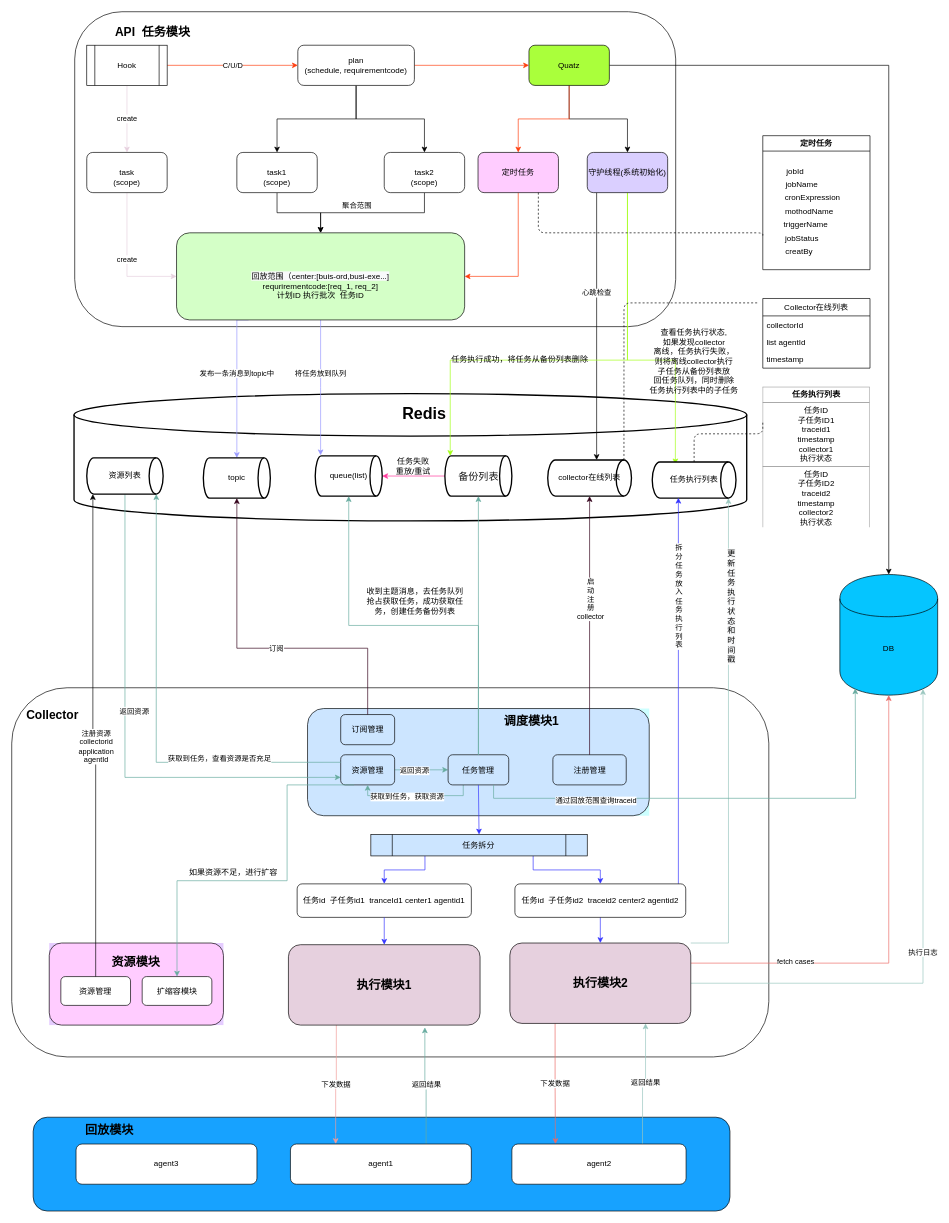
Above: 调度管理.drawio in mayi295940/diagrams (draw.io), before the change. Source tidied: cells renumbered, new cells numbered last; positions are measured from the earlier drawing's top-left corner, leaving out a move shared by most shapes. Both pictures are drawn from the tidied source at 67%, with x=0, y=0 at pixel (11, 11).
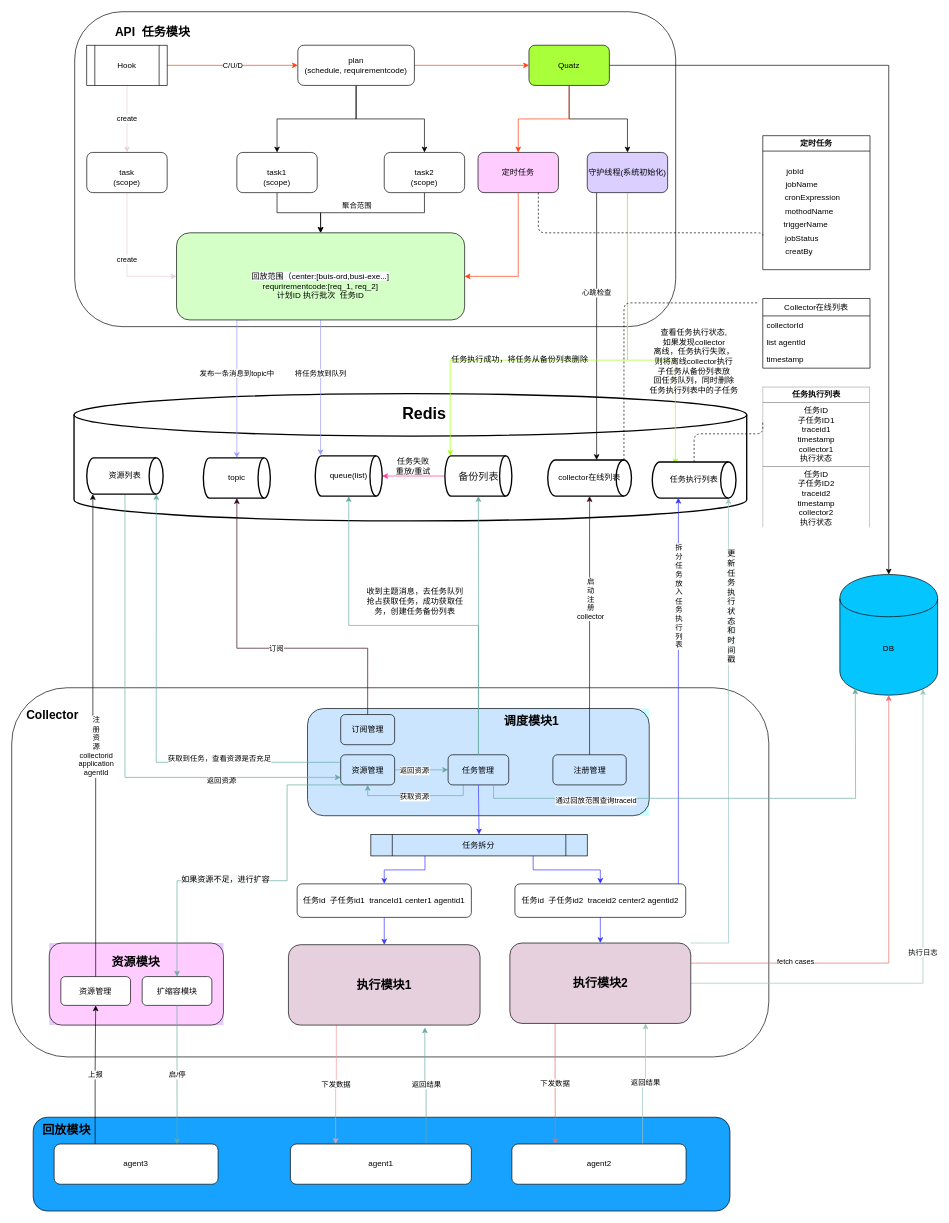
The same page after the edit.

Commit message:
更新调度管理.drawio

Unchanged cells that the change refers to:
```xml
<mxCell id="44" value="资源管理" style="rounded=1;whiteSpace=wrap;html=1;fillColor=#FFFFFF;" parent="41" vertex="1">
  <mxGeometry x="17.3" y="50.1" width="104" height="43" as="geometry" />
</mxCell>
<mxCell id="45" value="扩缩容模块" style="rounded=1;whiteSpace=wrap;html=1;fillColor=#FFFFFF;" parent="41" vertex="1">
  <mxGeometry x="138.7" y="50.1" width="104" height="43" as="geometry" />
</mxCell>
<mxCell id="57" style="edgeStyle=orthogonalEdgeStyle;rounded=0;jettySize=auto;html=1;exitX=0.25;exitY=1;exitDx=0;exitDy=0;entryX=0.5;entryY=1;entryDx=0;entryDy=0;strokeColor=#67AB9F;fillColor=#FFFF99;" parent="51" edge="1" source="59" target="55">
  <mxGeometry relative="1" as="geometry">
    <Array as="points">
      <mxPoint x="212" y="130" />
      <mxPoint x="70" y="130" />
    </Array>
  </mxGeometry>
</mxCell>
<mxCell id="71" style="edgeStyle=orthogonalEdgeStyle;rounded=0;jettySize=auto;html=1;exitX=0.5;exitY=1;exitDx=0;exitDy=0;exitPerimeter=0;entryX=0;entryY=0.75;entryDx=0;entryDy=0;strokeColor=#67AB9F;" parent="1" edge="1" source="73" target="55">
  <mxGeometry relative="1" as="geometry" />
</mxCell>
<mxCell id="73" value="资源列表" style="strokeWidth=2;html=1;shape=mxgraph.flowchart.direct_data;whiteSpace=wrap;fillColor=#FFFFFF;" parent="1" vertex="1">
  <mxGeometry x="112" y="666" width="114" height="54" as="geometry" />
</mxCell>
<mxCell id="117" style="edgeStyle=orthogonalEdgeStyle;rounded=0;jettySize=auto;html=1;exitX=0.25;exitY=1;exitDx=0;exitDy=0;entryX=0.5;entryY=0;entryDx=0;entryDy=0;strokeColor=#67AB9F;fillColor=#FFFF99;" parent="1" edge="1" source="55" target="45">
  <mxGeometry relative="1" as="geometry">
    <Array as="points">
      <mxPoint x="411" y="1154" />
      <mxPoint x="411" y="1297" />
      <mxPoint x="247" y="1297" />
    </Array>
  </mxGeometry>
</mxCell>
```

Diff of the diagram source:
```diff
@@
-    <mxCell id="58" value="获取到任务，获取资源" style="edgeLabel;html=1;align=center;verticalAlign=middle;" parent="57" vertex="1">
-      <mxGeometry x="0.15" y="1" relative="1" as="geometry" />
+    <mxCell id="58" value="获取资源" style="edgeLabel;html=1;align=center;verticalAlign=middle;" parent="57" vertex="1">
+      <mxGeometry x="0.15" y="1" relative="1" as="geometry">
+        <mxPoint x="11" as="offset" />
+      </mxGeometry>
     </mxCell>
@@
     <mxCell id="72" value="返回资源" style="edgeLabel;html=1;align=center;verticalAlign=middle;" parent="71" vertex="1">
-      <mxGeometry x="0.17" y="99" relative="1" as="geometry" />
+      <mxGeometry x="0.14" y="141" relative="1" as="geometry">
+        <mxPoint x="141" y="145" as="offset" />
+      </mxGeometry>
     </mxCell>
@@
-    <mxCell id="78" value="如果资源不足，进行扩容" style="text;html=1;strokeColor=none;fillColor=none;align=center;verticalAlign=middle;whiteSpace=wrap;rounded=0;" parent="1" vertex="1">
-      <mxGeometry x="261" y="1274.5" width="140" height="20" as="geometry" />
-    </mxCell>
@@
-    <mxCell id="81" style="edgeStyle=orthogonalEdgeStyle;rounded=0;jettySize=auto;html=1;exitX=0.5;exitY=0;exitDx=0;exitDy=0;entryX=0.08;entryY=1;entryDx=0;entryDy=0;entryPerimeter=0;" parent="1" edge="1" source="44" target="73">
+    <mxCell id="81" value="&lt;br&gt;" style="edgeStyle=orthogonalEdgeStyle;rounded=0;jettySize=auto;html=1;exitX=0.5;exitY=0;exitDx=0;exitDy=0;entryX=0.08;entryY=1;entryDx=0;entryDy=0;entryPerimeter=0;" parent="1" edge="1" source="44" target="73">
       <mxGeometry relative="1" as="geometry" />
     </mxCell>
-    <mxCell id="82" value="注册资源&lt;br&gt;collectorid&lt;br&gt;application&lt;br&gt;agentId" style="edgeLabel;html=1;align=center;verticalAlign=middle;" parent="81" vertex="1">
+    <mxCell id="82" value="注&lt;br&gt;册&lt;br&gt;资&lt;br&gt;源&lt;br&gt;collectorid&lt;br&gt;application&lt;br&gt;agentId" style="edgeLabel;html=1;align=center;verticalAlign=middle;" parent="81" vertex="1">
       <mxGeometry x="-0.05" relative="1" as="geometry" />
     </mxCell>
@@
+    <mxCell id="123" value="上报" style="edgeStyle=orthogonalEdgeStyle;rounded=0;jettySize=auto;html=1;exitX=0.25;exitY=0;exitDx=0;exitDy=0;entryX=0.5;entryY=1;entryDx=0;entryDy=0;" parent="1" edge="1" source="88" target="44">
+      <mxGeometry relative="1" as="geometry" />
+    </mxCell>
     <mxCell id="88" value="agent3" style="rounded=1;whiteSpace=wrap;html=1;fillColor=#FFFFFF;" parent="1" vertex="1">
-      <mxGeometry x="96" y="1690" width="270" height="60" as="geometry" />
+      <mxGeometry x="63.3" y="1690" width="244.7" height="60" as="geometry" />
     </mxCell>
     <mxCell id="89" value="&lt;font style=&quot;font-size: 18px&quot;&gt;&lt;b&gt;回放模块&lt;/b&gt;&lt;/font&gt;" style="text;html=1;strokeColor=none;fillColor=none;align=center;verticalAlign=middle;whiteSpace=wrap;rounded=0;" parent="1" vertex="1">
-      <mxGeometry x="96" y="1660" width="100" height="20" as="geometry" />
+      <mxGeometry x="32" y="1660" width="100" height="20" as="geometry" />
     </mxCell>
@@
+    <mxCell id="78" value="&lt;span style=&quot;font-size: 12px ; background-color: rgb(248 , 249 , 250)&quot;&gt;如果资源不足，进行扩容&lt;/span&gt;" style="edgeLabel;html=1;align=center;verticalAlign=middle;" parent="117" vertex="1">
+      <mxGeometry x="0.22" y="-2" relative="1" as="geometry" />
+    </mxCell>
@@
+    <mxCell id="124" value="启/停" style="edgeStyle=orthogonalEdgeStyle;rounded=0;jettySize=auto;html=1;exitX=0.5;exitY=1;exitDx=0;exitDy=0;entryX=0.75;entryY=0;entryDx=0;entryDy=0;strokeColor=#67AB9F;" parent="1" edge="1" source="45" target="88">
+      <mxGeometry relative="1" as="geometry" />
+    </mxCell>
```
